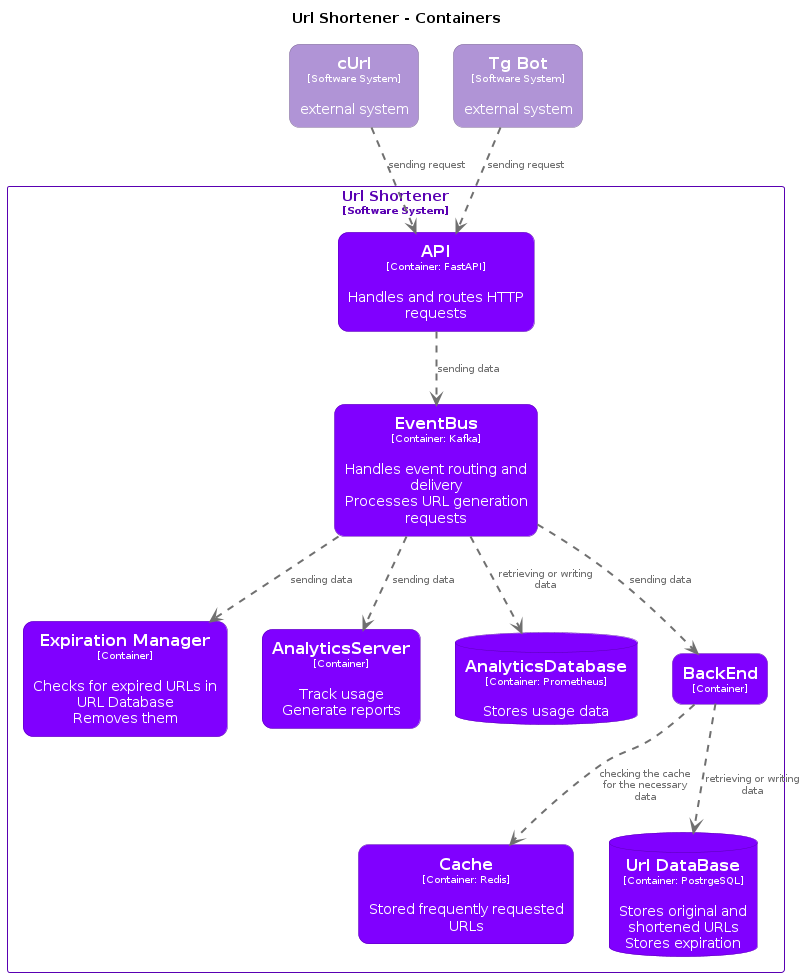
This is architecture/diagrams/structurizr-Container-001.png from neojelll/url-shortener, a PlantUML export, as it was before one commit.
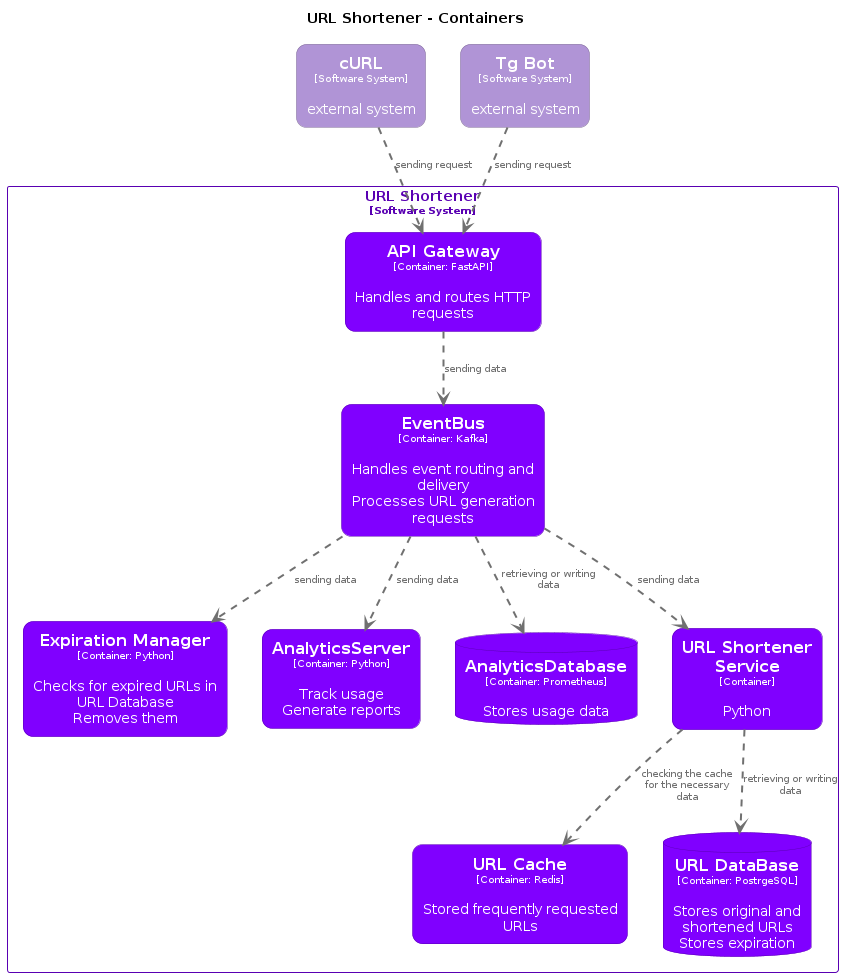
After the commit.

Commit message:
chores(C4 diagrams): Update Structurizr diagrams

The edit, as a diff of the source:
```diff
@@ -1,6 +1,6 @@
 @startuml
 set separator none
-title Url Shortener - Containers
+title URL Shortener - Containers
 
 top to bottom direction
 
@@ -13,48 +13,34 @@
 
 hide stereotype
 
-skinparam rectangle<<UrlShortener.API>> {
+skinparam rectangle<<URLShortener.APIGateway>> {
   BackgroundColor #8000ff
   FontColor #ffffff
   BorderColor #5900b2
   roundCorner 20
   shadowing false
 }
-skinparam database<<UrlShortener.AnalyticsDatabase>> {
+skinparam database<<URLShortener.AnalyticsDatabase>> {
   BackgroundColor #8000ff
   FontColor #ffffff
   BorderColor #5900b2
   shadowing false
 }
-skinparam rectangle<<UrlShortener.AnalyticsServer>> {
+skinparam rectangle<<URLShortener.AnalyticsServer>> {
   BackgroundColor #8000ff
   FontColor #ffffff
   BorderColor #5900b2
   roundCorner 20
   shadowing false
 }
-skinparam rectangle<<UrlShortener.BackEnd>> {
+skinparam rectangle<<URLShortener.EventBus>> {
   BackgroundColor #8000ff
   FontColor #ffffff
   BorderColor #5900b2
   roundCorner 20
   shadowing false
 }
-skinparam rectangle<<UrlShortener.Cache>> {
-  BackgroundColor #8000ff
-  FontColor #ffffff
-  BorderColor #5900b2
-  roundCorner 20
-  shadowing false
-}
-skinparam rectangle<<UrlShortener.EventBus>> {
-  BackgroundColor #8000ff
-  FontColor #ffffff
-  BorderColor #5900b2
-  roundCorner 20
-  shadowing false
-}
-skinparam rectangle<<UrlShortener.ExpirationManager>> {
+skinparam rectangle<<URLShortener.ExpirationManager>> {
   BackgroundColor #8000ff
   FontColor #ffffff
   BorderColor #5900b2
@@ -68,46 +54,60 @@
   roundCorner 20
   shadowing false
 }
-skinparam database<<UrlShortener.UrlDataBase>> {
+skinparam rectangle<<URLShortener.URLCache>> {
+  BackgroundColor #8000ff
+  FontColor #ffffff
+  BorderColor #5900b2
+  roundCorner 20
+  shadowing false
+}
+skinparam database<<URLShortener.URLDataBase>> {
   BackgroundColor #8000ff
   FontColor #ffffff
   BorderColor #5900b2
   shadowing false
 }
-skinparam rectangle<<cUrl>> {
+skinparam rectangle<<URLShortener.URLShortenerService>> {
+  BackgroundColor #8000ff
+  FontColor #ffffff
+  BorderColor #5900b2
+  roundCorner 20
+  shadowing false
+}
+skinparam rectangle<<cURL>> {
   BackgroundColor #b094d6
   FontColor #ffffff
   BorderColor #7b6795
   roundCorner 20
   shadowing false
 }
-skinparam rectangle<<UrlShortener>> {
+skinparam rectangle<<URLShortener>> {
   BorderColor #5900b2
   FontColor #5900b2
   shadowing false
 }
 
-rectangle "==cUrl\n<size:10>[Software System]</size>\n\nexternal system" <<cUrl>> as cUrl
+rectangle "==cURL\n<size:10>[Software System]</size>\n\nexternal system" <<cURL>> as cURL
 rectangle "==Tg Bot\n<size:10>[Software System]</size>\n\nexternal system" <<TgBot>> as TgBot
 
-rectangle "Url Shortener\n<size:10>[Software System]</size>" <<UrlShortener>> {
-  rectangle "==Cache\n<size:10>[Container: Redis]</size>\n\nStored frequently requested URLs" <<UrlShortener.Cache>> as UrlShortener.Cache
-  database "==Url DataBase\n<size:10>[Container: PostrgeSQL]</size>\n\nStores original and shortened URLs\nStores expiration" <<UrlShortener.UrlDataBase>> as UrlShortener.UrlDataBase
-  rectangle "==Expiration Manager\n<size:10>[Container]</size>\n\nChecks for expired URLs in URL Database\nRemoves them" <<UrlShortener.ExpirationManager>> as UrlShortener.ExpirationManager
-  rectangle "==API\n<size:10>[Container: FastAPI]</size>\n\nHandles and routes HTTP requests" <<UrlShortener.API>> as UrlShortener.API
-  rectangle "==EventBus\n<size:10>[Container: Kafka]</size>\n\nHandles event routing and delivery\nProcesses URL generation requests" <<UrlShortener.EventBus>> as UrlShortener.EventBus
-  rectangle "==AnalyticsServer\n<size:10>[Container]</size>\n\nTrack usage\nGenerate reports" <<UrlShortener.AnalyticsServer>> as UrlShortener.AnalyticsServer
-  database "==AnalyticsDatabase\n<size:10>[Container: Prometheus]</size>\n\nStores usage data" <<UrlShortener.AnalyticsDatabase>> as UrlShortener.AnalyticsDatabase
-  rectangle "==BackEnd\n<size:10>[Container]</size>" <<UrlShortener.BackEnd>> as UrlShortener.BackEnd
+rectangle "URL Shortener\n<size:10>[Software System]</size>" <<URLShortener>> {
+  rectangle "==URL Cache\n<size:10>[Container: Redis]</size>\n\nStored frequently requested URLs" <<URLShortener.URLCache>> as URLShortener.URLCache
+  database "==URL DataBase\n<size:10>[Container: PostrgeSQL]</size>\n\nStores original and shortened URLs\nStores expiration" <<URLShortener.URLDataBase>> as URLShortener.URLDataBase
+  rectangle "==Expiration Manager\n<size:10>[Container: Python]</size>\n\nChecks for expired URLs in URL Database\nRemoves them" <<URLShortener.ExpirationManager>> as URLShortener.ExpirationManager
+  rectangle "==API Gateway\n<size:10>[Container: FastAPI]</size>\n\nHandles and routes HTTP requests" <<URLShortener.APIGateway>> as URLShortener.APIGateway
+  rectangle "==EventBus\n<size:10>[Container: Kafka]</size>\n\nHandles event routing and delivery\nProcesses URL generation requests" <<URLShortener.EventBus>> as URLShortener.EventBus
+  rectangle "==AnalyticsServer\n<size:10>[Container: Python]</size>\n\nTrack usage\nGenerate reports" <<URLShortener.AnalyticsServer>> as URLShortener.AnalyticsServer
+  database "==AnalyticsDatabase\n<size:10>[Container: Prometheus]</size>\n\nStores usage data" <<URLShortener.AnalyticsDatabase>> as URLShortener.AnalyticsDatabase
+  rectangle "==URL Shortener Service\n<size:10>[Container]</size>\n\nPython" <<URLShortener.URLShortenerService>> as URLShortener.URLShortenerService
 }
 
-cUrl .[#707070,thickness=2].> UrlShortener.API : "<color:#707070>sending request"
-TgBot .[#707070,thickness=2].> UrlShortener.API : "<color:#707070>sending request"
-UrlShortener.API .[#707070,thickness=2].> UrlShortener.EventBus : "<color:#707070>sending data"
-UrlShortener.EventBus .[#707070,thickness=2].> UrlShortener.AnalyticsServer : "<color:#707070>sending data"
-UrlShortener.EventBus .[#707070,thickness=2].> UrlShortener.AnalyticsDatabase : "<color:#707070>retrieving or writing data"
-UrlShortener.EventBus .[#707070,thickness=2].> UrlShortener.BackEnd : "<color:#707070>sending data"
-UrlShortener.EventBus .[#707070,thickness=2].> UrlShortener.ExpirationManager : "<color:#707070>sending data"
-UrlShortener.BackEnd .[#707070,thickness=2].> UrlShortener.UrlDataBase : "<color:#707070>retrieving or writing data"
-UrlShortener.BackEnd .[#707070,thickness=2].> UrlShortener.Cache : "<color:#707070>checking the cache for the necessary data"
+cURL .[#707070,thickness=2].> URLShortener.APIGateway : "<color:#707070>sending request"
+TgBot .[#707070,thickness=2].> URLShortener.APIGateway : "<color:#707070>sending request"
+URLShortener.APIGateway .[#707070,thickness=2].> URLShortener.EventBus : "<color:#707070>sending data"
+URLShortener.EventBus .[#707070,thickness=2].> URLShortener.AnalyticsServer : "<color:#707070>sending data"
+URLShortener.EventBus .[#707070,thickness=2].> URLShortener.AnalyticsDatabase : "<color:#707070>retrieving or writing data"
+URLShortener.EventBus .[#707070,thickness=2].> URLShortener.URLShortenerService : "<color:#707070>sending data"
+URLShortener.EventBus .[#707070,thickness=2].> URLShortener.ExpirationManager : "<color:#707070>sending data"
+URLShortener.URLShortenerService .[#707070,thickness=2].> URLShortener.URLDataBase : "<color:#707070>retrieving or writing data"
+URLShortener.URLShortenerService .[#707070,thickness=2].> URLShortener.URLCache : "<color:#707070>checking the cache for the necessary data"
 @enduml
```
